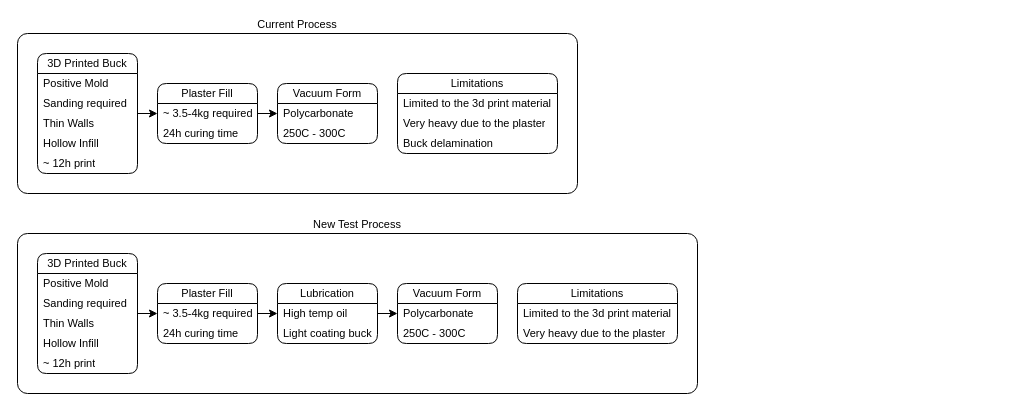
Earlier version of the draw.io diagram Documents/Vacuum Forming Processes.drawio (Cyberspecies/Synth-Head). Source tidied: cells renumbered, new cells numbered last; positions are measured from the earlier drawing's top-left corner, leaving out a move shared by most shapes. Both pictures are drawn from the tidied source at 100%, with x=0, y=0 at pixel (17, 33).
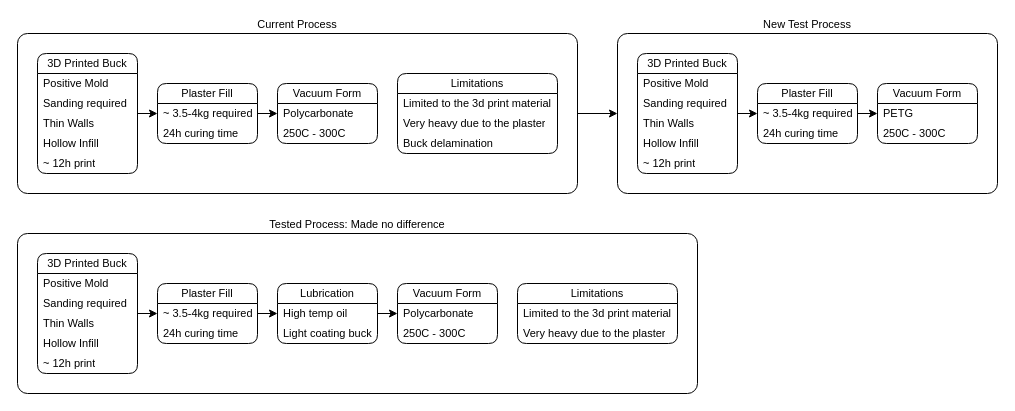
The same diagram, later.

Commit message:
Added PETG test process to diagram

Unchanged cells that the change refers to:
```xml
<mxCell id="2" value="Current Process" style="rounded=1;whiteSpace=wrap;html=1;fontFamily=Helvetica;fontSize=11;fontColor=default;labelBackgroundColor=default;absoluteArcSize=1;labelPosition=center;verticalLabelPosition=top;align=center;verticalAlign=bottom;" parent="1" vertex="1">
  <mxGeometry width="560" height="160" as="geometry" />
</mxCell>
```

The edit, as a diff of the source:
```diff
@@
+    <mxCell id="43" style="edgeStyle=orthogonalEdgeStyle;rounded=0;jettySize=auto;html=1;exitX=1;exitY=0.5;exitDx=0;exitDy=0;entryX=0;entryY=0.5;entryDx=0;entryDy=0;" parent="1" edge="1" source="2" target="44">
+      <mxGeometry relative="1" as="geometry" />
+    </mxCell>
@@
-    <mxCell id="21" value="New Test Process" style="rounded=1;whiteSpace=wrap;html=1;fontFamily=Helvetica;fontSize=11;fontColor=default;labelBackgroundColor=default;absoluteArcSize=1;labelPosition=center;verticalLabelPosition=top;align=center;verticalAlign=bottom;" parent="1" vertex="1">
+    <mxCell id="21" value="Tested Process: Made no difference" style="rounded=1;whiteSpace=wrap;html=1;fontFamily=Helvetica;fontSize=11;fontColor=default;labelBackgroundColor=default;absoluteArcSize=1;labelPosition=center;verticalLabelPosition=top;align=center;verticalAlign=bottom;" parent="1" vertex="1">
       <mxGeometry y="200" width="680" height="160" as="geometry" />
     </mxCell>
@@
+    <mxCell id="44" value="New Test Process" style="rounded=1;whiteSpace=wrap;html=1;fontFamily=Helvetica;fontSize=11;fontColor=default;labelBackgroundColor=default;absoluteArcSize=1;labelPosition=center;verticalLabelPosition=top;align=center;verticalAlign=bottom;" parent="1" vertex="1">
+      <mxGeometry x="600" width="380" height="160" as="geometry" />
+    </mxCell>
+    <mxCell id="45" style="edgeStyle=none;shape=connector;rounded=0;jettySize=auto;html=1;exitX=1;exitY=0.5;exitDx=0;exitDy=0;entryX=0;entryY=0.5;entryDx=0;entryDy=0;strokeColor=default;align=center;verticalAlign=middle;fontFamily=Helvetica;fontSize=11;fontColor=default;labelBackgroundColor=default;endArrow=classic;" parent="44" edge="1" source="46" target="53">
+      <mxGeometry relative="1" as="geometry" />
+    </mxCell>
+    <mxCell id="46" value="3D Printed Buck" style="swimlane;fontStyle=0;horizontal=1;startSize=20;whiteSpace=wrap;html=1;rounded=1;fontFamily=Helvetica;fontSize=11;fontColor=default;labelBackgroundColor=default;" parent="44" vertex="1">
+      <mxGeometry x="20" y="20" width="100" height="120" as="geometry" />
+    </mxCell>
+    <mxCell id="47" value="Positive Mold" style="text;strokeColor=none;fillColor=none;align=left;verticalAlign=middle;spacingLeft=4;spacingRight=4;overflow=hidden;whiteSpace=wrap;html=1;fontFamily=Helvetica;fontSize=11;fontColor=default;labelBackgroundColor=default;" parent="46" vertex="1">
+      <mxGeometry y="20" width="100" height="20" as="geometry" />
+    </mxCell>
+    <mxCell id="48" value="Sanding required" style="text;strokeColor=none;fillColor=none;align=left;verticalAlign=middle;spacingLeft=4;spacingRight=4;overflow=hidden;whiteSpace=wrap;html=1;fontFamily=Helvetica;fontSize=11;fontColor=default;labelBackgroundColor=default;" parent="46" vertex="1">
+      <mxGeometry y="40" width="100" height="20" as="geometry" />
+    </mxCell>
+    <mxCell id="49" value="Thin Walls" style="text;strokeColor=none;fillColor=none;align=left;verticalAlign=middle;spacingLeft=4;spacingRight=4;overflow=hidden;whiteSpace=wrap;html=1;fontFamily=Helvetica;fontSize=11;fontColor=default;labelBackgroundColor=default;" parent="46" vertex="1">
+      <mxGeometry y="60" width="100" height="20" as="geometry" />
+    </mxCell>
+    <mxCell id="50" value="Hollow Infill" style="text;strokeColor=none;fillColor=none;align=left;verticalAlign=middle;spacingLeft=4;spacingRight=4;overflow=hidden;whiteSpace=wrap;html=1;fontFamily=Helvetica;fontSize=11;fontColor=default;labelBackgroundColor=default;" parent="46" vertex="1">
+      <mxGeometry y="80" width="100" height="20" as="geometry" />
+    </mxCell>
+    <mxCell id="51" value="~ 12h print" style="text;strokeColor=none;fillColor=none;align=left;verticalAlign=middle;spacingLeft=4;spacingRight=4;overflow=hidden;whiteSpace=wrap;html=1;fontFamily=Helvetica;fontSize=11;fontColor=default;labelBackgroundColor=default;" parent="46" vertex="1">
+      <mxGeometry y="100" width="100" height="20" as="geometry" />
+    </mxCell>
+    <mxCell id="52" style="edgeStyle=none;shape=connector;rounded=0;jettySize=auto;html=1;exitX=1;exitY=0.5;exitDx=0;exitDy=0;entryX=0;entryY=0.5;entryDx=0;entryDy=0;strokeColor=default;align=center;verticalAlign=middle;fontFamily=Helvetica;fontSize=11;fontColor=default;labelBackgroundColor=default;endArrow=classic;" parent="44" edge="1" source="53" target="56">
+      <mxGeometry relative="1" as="geometry" />
+    </mxCell>
+    <mxCell id="53" value="Plaster Fill" style="swimlane;fontStyle=0;horizontal=1;startSize=20;whiteSpace=wrap;html=1;rounded=1;fontFamily=Helvetica;fontSize=11;fontColor=default;labelBackgroundColor=default;" parent="44" vertex="1">
+      <mxGeometry x="140" y="50" width="100" height="60" as="geometry" />
+    </mxCell>
+    <mxCell id="54" value="~ 3.5-4kg required" style="text;strokeColor=none;fillColor=none;align=left;verticalAlign=middle;spacingLeft=4;spacingRight=4;overflow=hidden;whiteSpace=wrap;html=1;fontFamily=Helvetica;fontSize=11;fontColor=default;labelBackgroundColor=default;" parent="53" vertex="1">
+      <mxGeometry y="20" width="100" height="20" as="geometry" />
+    </mxCell>
+    <mxCell id="55" value="24h curing time" style="text;strokeColor=none;fillColor=none;align=left;verticalAlign=middle;spacingLeft=4;spacingRight=4;overflow=hidden;whiteSpace=wrap;html=1;fontFamily=Helvetica;fontSize=11;fontColor=default;labelBackgroundColor=default;" parent="53" vertex="1">
+      <mxGeometry y="40" width="100" height="20" as="geometry" />
+    </mxCell>
+    <mxCell id="56" value="Vacuum Form" style="swimlane;fontStyle=0;horizontal=1;startSize=20;whiteSpace=wrap;html=1;rounded=1;fontFamily=Helvetica;fontSize=11;fontColor=default;labelBackgroundColor=default;" parent="44" vertex="1">
+      <mxGeometry x="260" y="50" width="100" height="60" as="geometry" />
+    </mxCell>
+    <mxCell id="57" value="PETG" style="text;strokeColor=none;fillColor=none;align=left;verticalAlign=middle;spacingLeft=4;spacingRight=4;overflow=hidden;whiteSpace=wrap;html=1;fontFamily=Helvetica;fontSize=11;fontColor=default;labelBackgroundColor=default;" parent="56" vertex="1">
+      <mxGeometry y="20" width="100" height="20" as="geometry" />
+    </mxCell>
+    <mxCell id="58" value="250C - 300C" style="text;strokeColor=none;fillColor=none;align=left;verticalAlign=middle;spacingLeft=4;spacingRight=4;overflow=hidden;whiteSpace=wrap;html=1;fontFamily=Helvetica;fontSize=11;fontColor=default;labelBackgroundColor=default;" parent="56" vertex="1">
+      <mxGeometry y="40" width="100" height="20" as="geometry" />
+    </mxCell>
```
